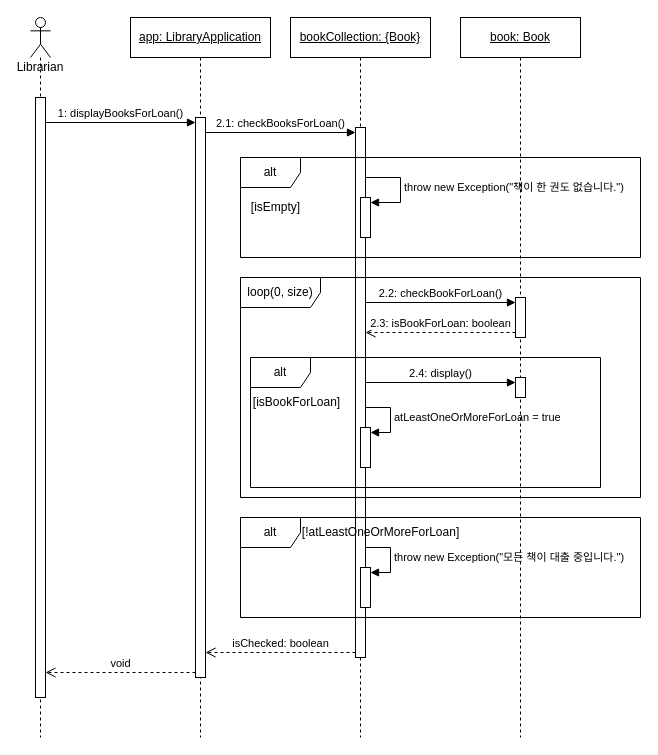
The draw.io diagram UML/SD3 Display books for loan.drawio in Halozhan/2023-2-LibraryApplication, before the edit. Source tidied: cells renumbered, new cells numbered last; positions are measured from the earlier drawing's top-left corner, leaving out a move shared by most shapes. Both pictures are drawn from the tidied source at 100%, with x=0, y=0 at pixel (30, 17).
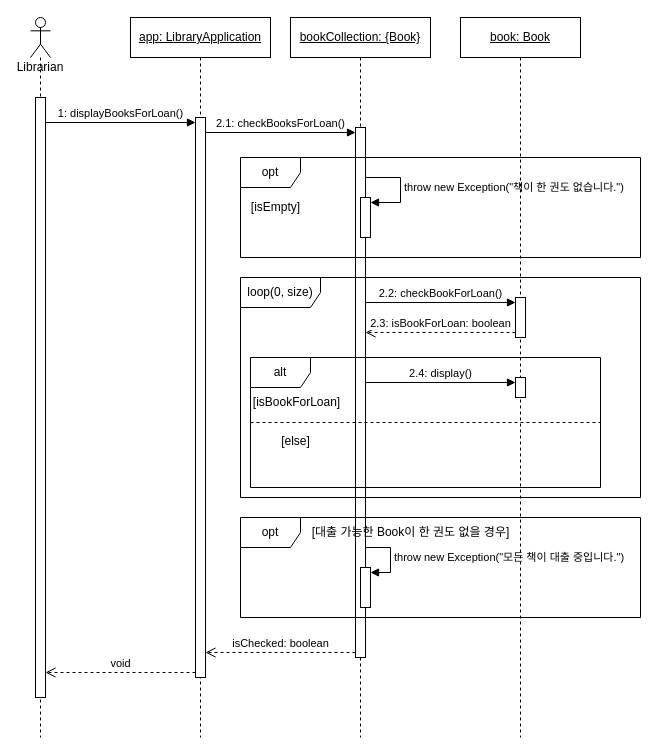
Above is the later version.

The change refers to these unchanged cells:
```xml
<mxCell id="8" value="&lt;u style=&quot;border-color: var(--border-color);&quot;&gt;bookCollection: {Book}&lt;/u&gt;" style="shape=umlLifeline;perimeter=lifelinePerimeter;whiteSpace=wrap;html=1;newEdgeStyle={&quot;curved&quot;:0,&quot;rounded&quot;:0};" parent="1" vertex="1">
  <mxGeometry x="260" width="140" height="720" as="geometry" />
</mxCell>
<mxCell id="21" style="group;" parent="1" vertex="1">
  <mxGeometry x="210" y="140" width="400" height="100" as="geometry" />
</mxCell>
<mxCell id="32" style="group;" parent="1" vertex="1">
  <mxGeometry x="210" y="500" width="400" height="100" as="geometry" />
</mxCell>
```

Change to the diagram source:
```diff
@@
-    <mxCell id="12" style="html=1;points=[[0,0,0,0,5],[0,1,0,0,-5],[1,0,0,0,5],[1,1,0,0,-5]];perimeter=orthogonalPerimeter;outlineConnect=0;targetShapes=umlLifeline;portConstraint=eastwest;newEdgeStyle={&quot;curved&quot;:0,&quot;rounded&quot;:0};" parent="8" vertex="1">
-      <mxGeometry x="70" y="410" width="10" height="40" as="geometry" />
-    </mxCell>
-    <mxCell id="13" value="atLeastOneOrMoreForLoan = true" style="html=1;align=left;spacingLeft=2;endArrow=block;rounded=0;edgeStyle=orthogonalEdgeStyle;curved=0;rounded=0;entryX=1;entryY=0;entryDx=0;entryDy=5;entryPerimeter=0;" parent="8" edge="1" target="12">
-      <mxGeometry relative="1" as="geometry">
-        <mxPoint x="75" y="390" as="sourcePoint" />
-        <Array as="points">
-          <mxPoint x="100" y="390" />
-          <mxPoint x="100" y="415" />
-        </Array>
-      </mxGeometry>
-    </mxCell>
@@
-    <mxCell id="22" value="alt" style="shape=umlFrame;whiteSpace=wrap;html=1;" parent="21" vertex="1">
+    <mxCell id="22" value="opt" style="shape=umlFrame;whiteSpace=wrap;html=1;" parent="21" vertex="1">
       <mxGeometry width="400" height="100" as="geometry" />
     </mxCell>
@@
-    <mxCell id="33" value="alt" style="shape=umlFrame;whiteSpace=wrap;html=1;" parent="32" vertex="1">
+    <mxCell id="33" value="opt" style="shape=umlFrame;whiteSpace=wrap;html=1;" parent="32" vertex="1">
       <mxGeometry width="400" height="100" as="geometry" />
     </mxCell>
-    <mxCell id="34" value="[!atLeastOneOrMoreForLoan]" style="text;html=1;align=center;verticalAlign=middle;strokeColor=none;fillColor=none;" parent="32" vertex="1">
-      <mxGeometry x="50" width="180" height="30" as="geometry" />
+    <mxCell id="34" value="[대출 가능한 Book이 한 권도 없을 경우]" style="text;html=1;align=center;verticalAlign=middle;strokeColor=none;fillColor=none;" parent="32" vertex="1">
+      <mxGeometry x="55" width="230" height="30" as="geometry" />
     </mxCell>
+    <mxCell id="35" style="line;strokeWidth=1;fillColor=none;align=left;verticalAlign=middle;spacingTop=-1;spacingLeft=3;spacingRight=3;labelPosition=right;strokeColor=inherit;dashed=1;" parent="1" vertex="1">
+      <mxGeometry x="220" y="401" width="350" height="8" as="geometry" />
+    </mxCell>
+    <mxCell id="36" value="[else]" style="text;html=1;align=center;verticalAlign=middle;strokeColor=none;fillColor=none;" parent="1" vertex="1">
+      <mxGeometry x="240" y="409" width="50" height="30" as="geometry" />
+    </mxCell>
```
